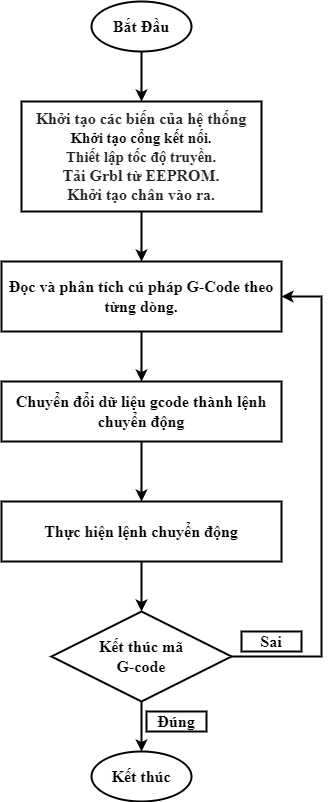
Above: doc/Lưu đồ chương trình trên Vi điều khiển.drawio.png in phamhiep2506/TinyCNC_Plotter (draw.io), before the change. Source tidied: cells renumbered, new cells last; positions are measured from the earlier drawing's top-left corner, leaving out a move shared by most shapes.
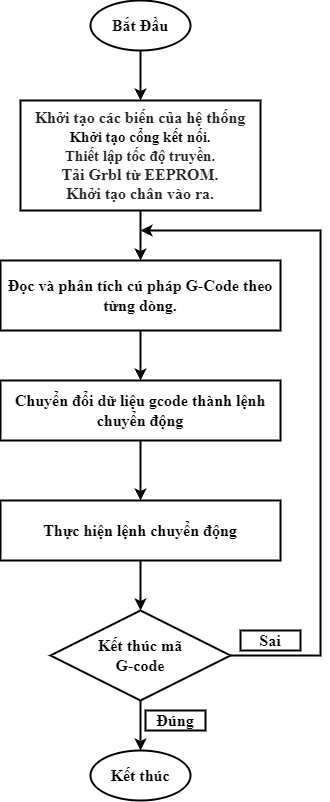
After the commit.

Diff of the diagram source:
```diff
@@ -34,11 +34,12 @@
     <mxCell id="11" value="&lt;b style=&quot;&quot;&gt;Bắt Đầu&lt;/b&gt;" style="strokeWidth=2;html=1;shape=mxgraph.flowchart.start_1;whiteSpace=wrap;fontFamily=Times New Roman;fontSize=16;" parent="1" vertex="1">
       <mxGeometry x="90" width="100" height="50" as="geometry" />
     </mxCell>
-    <mxCell id="12" style="endArrow=classic;html=1;rounded=0;fontFamily=Times New Roman;fontSize=16;strokeWidth=2;entryX=1;entryY=0.5;entryDx=0;entryDy=0;exitX=1;exitY=0.5;exitDx=0;exitDy=0;" parent="1" edge="1" source="15" target="3">
+    <mxCell id="12" style="endArrow=classic;html=1;rounded=0;fontFamily=Times New Roman;fontSize=16;strokeWidth=2;exitX=1;exitY=0.5;exitDx=0;exitDy=0;" parent="1" edge="1" source="15">
       <mxGeometry relative="1" as="geometry">
+        <mxPoint x="140" y="230" as="targetPoint" />
         <Array as="points">
           <mxPoint x="320" y="655" />
-          <mxPoint x="320" y="295" />
+          <mxPoint x="320" y="230" />
         </Array>
       </mxGeometry>
     </mxCell>
```
